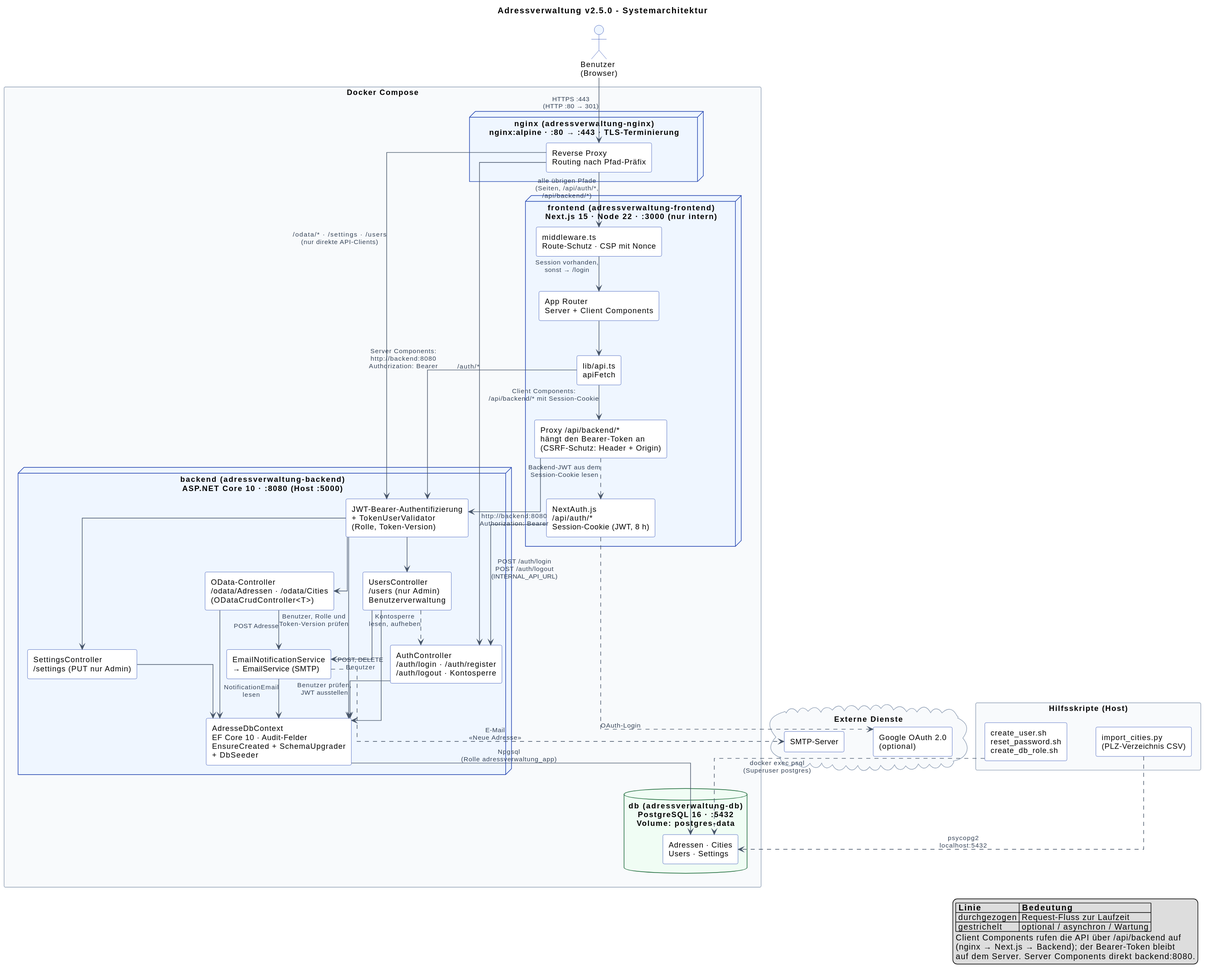
Above: documentation/Systemarchitektur.svg in erich3019/adressverwaltung (PlantUML), before the change.
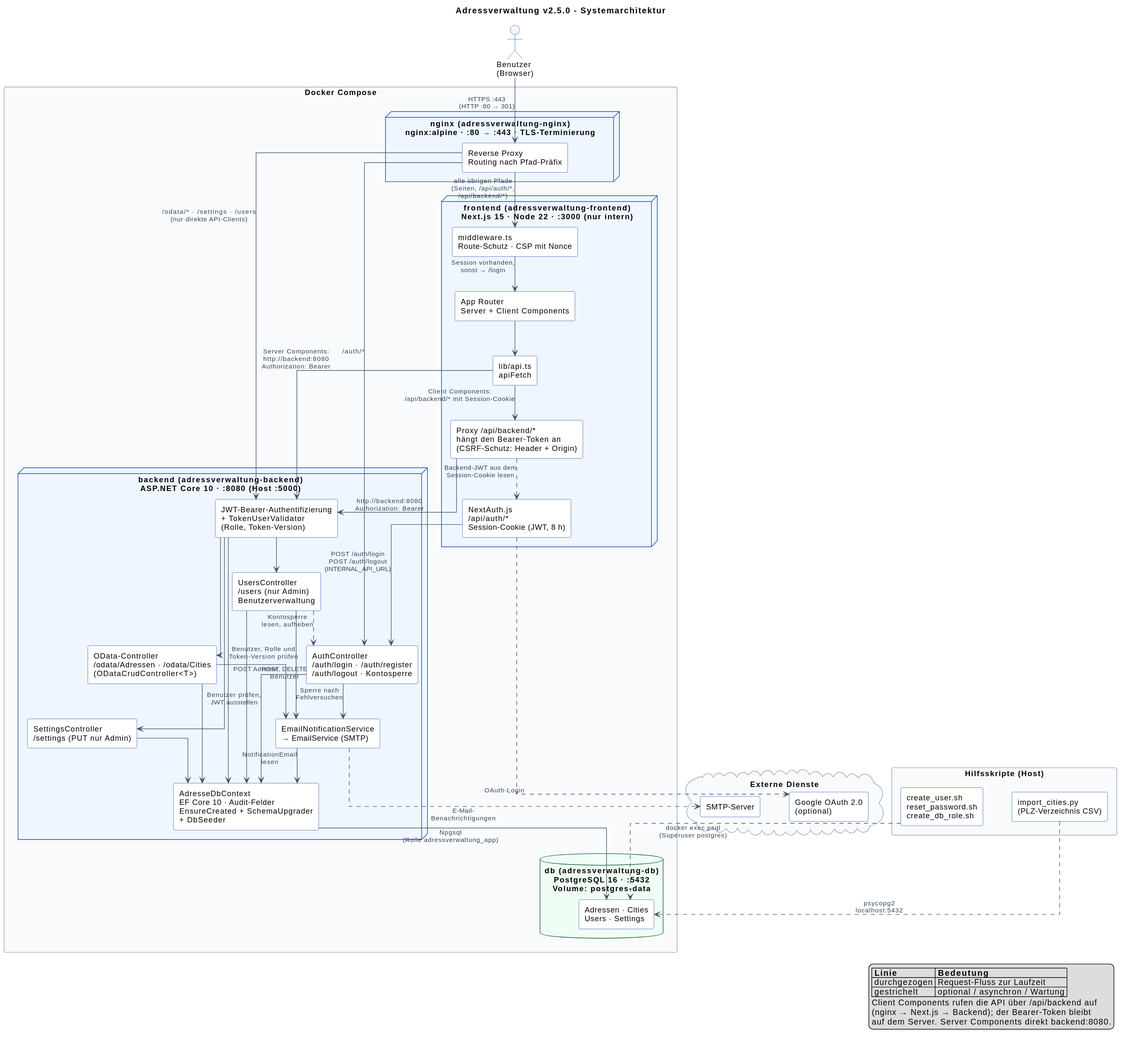
After the change.

Change to the diagram source:
```diff
@@ -104,9 +104,10 @@
 usersc --> dbctx
 usersc ..> authc : Kontosperre\nlesen, aufheben
 usersc --> notify : POST, DELETE\nBenutzer
+authc --> notify : Sperre nach\nFehlversuchen
 authc --> dbctx : Benutzer prüfen,\nJWT ausstellen
 notify --> dbctx : NotificationEmail\nlesen
-notify ..> smtp : E-Mail\n«Neue Adresse»
+notify ..> smtp : E-Mail-\nBenachrichtigungen
 
 dbctx --> tables : Npgsql\n(Rolle adressverwaltung_app)
 
```
